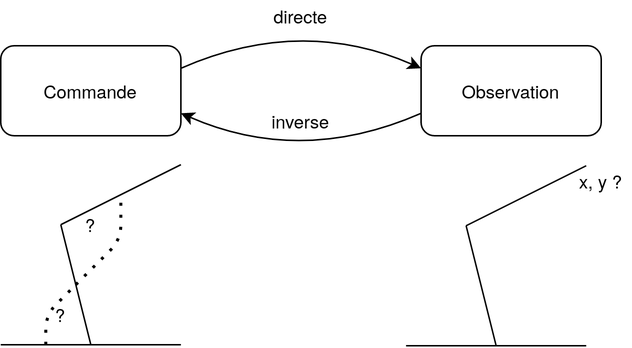
Earlier version of the draw.io export rapport/graphics/Modelisation_geometrique_diagram.png (lukyky414/Goal_Babling). Source tidied: cells renumbered, new cells last; positions are measured from the earlier drawing's top-left corner, leaving out a move shared by most shapes.
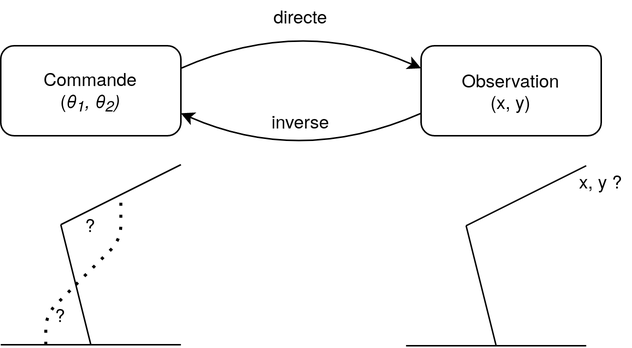
The same diagram one commit later.

What changed in the source:
```diff
@@ -2,10 +2,10 @@
   <root>
     <mxCell id="0" />
     <mxCell id="1" parent="0" />
-    <mxCell id="2" value="Commande" style="rounded=1;whiteSpace=wrap;html=1;" parent="1" vertex="1">
+    <mxCell id="2" value="&lt;div&gt;Commande&lt;/div&gt;(&lt;i&gt;θ&lt;sub&gt;1&lt;/sub&gt;, &lt;/i&gt;&lt;i&gt;&lt;i&gt;θ&lt;sub&gt;2&lt;/sub&gt;)&lt;/i&gt;&lt;/i&gt;" style="rounded=1;whiteSpace=wrap;html=1;" parent="1" vertex="1">
       <mxGeometry y="30" width="120" height="60" as="geometry" />
     </mxCell>
-    <mxCell id="3" value="Observation" style="rounded=1;whiteSpace=wrap;html=1;" parent="1" vertex="1">
+    <mxCell id="3" value="&lt;div&gt;Observation&lt;/div&gt;(x, y)" style="rounded=1;whiteSpace=wrap;html=1;" parent="1" vertex="1">
       <mxGeometry x="280" y="30" width="120" height="60" as="geometry" />
     </mxCell>
     <mxCell id="4" style="curved=1;endArrow=classic;html=1;exitX=1;exitY=0.25;exitDx=0;exitDy=0;entryX=0;entryY=0.25;entryDx=0;entryDy=0;" parent="1" edge="1" source="2" target="3">
```
